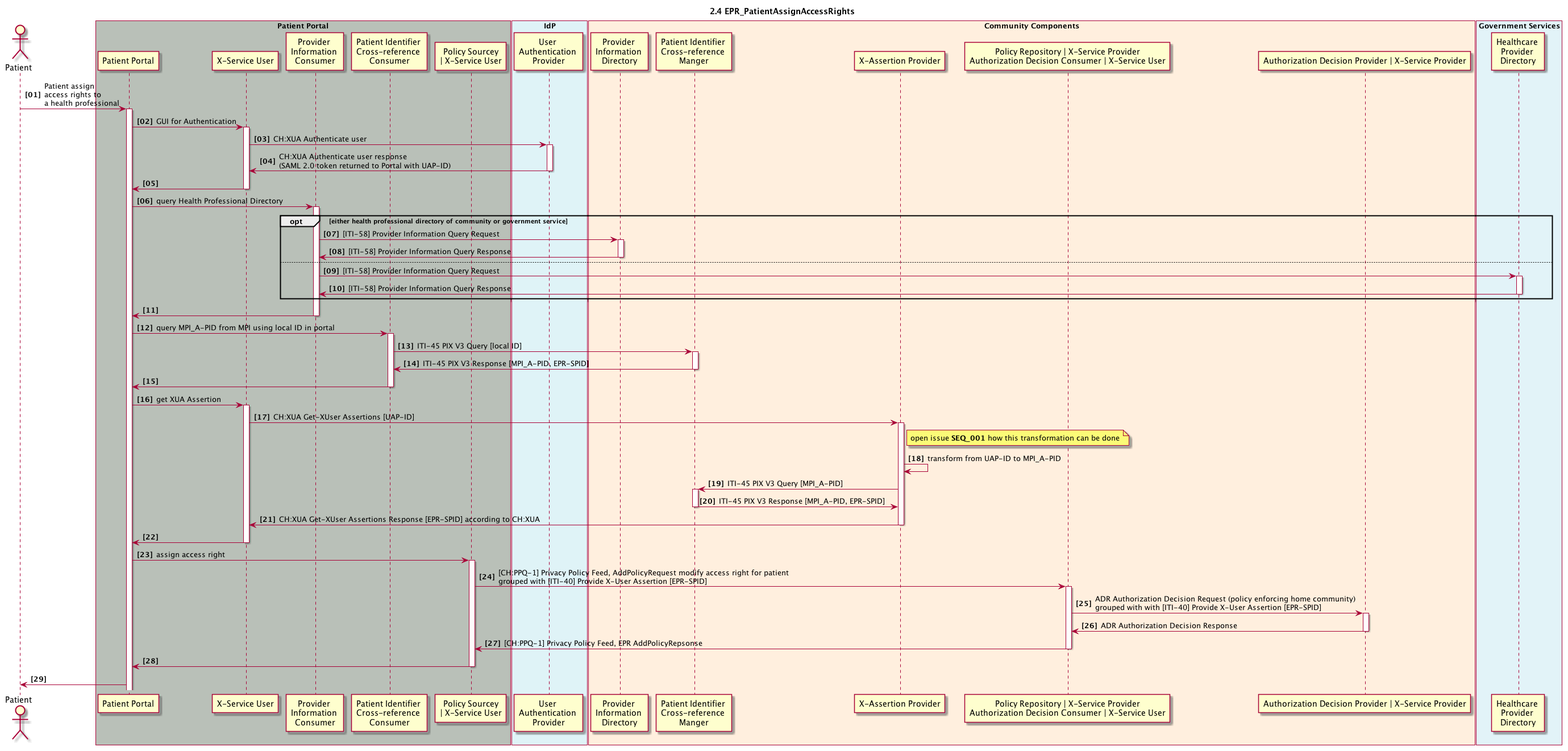
Above: 2_04_EPR_PatientAssignAccessRights.plantuml.png in ahdis/ch-epr-seqdiag (PlantUML), before the change.
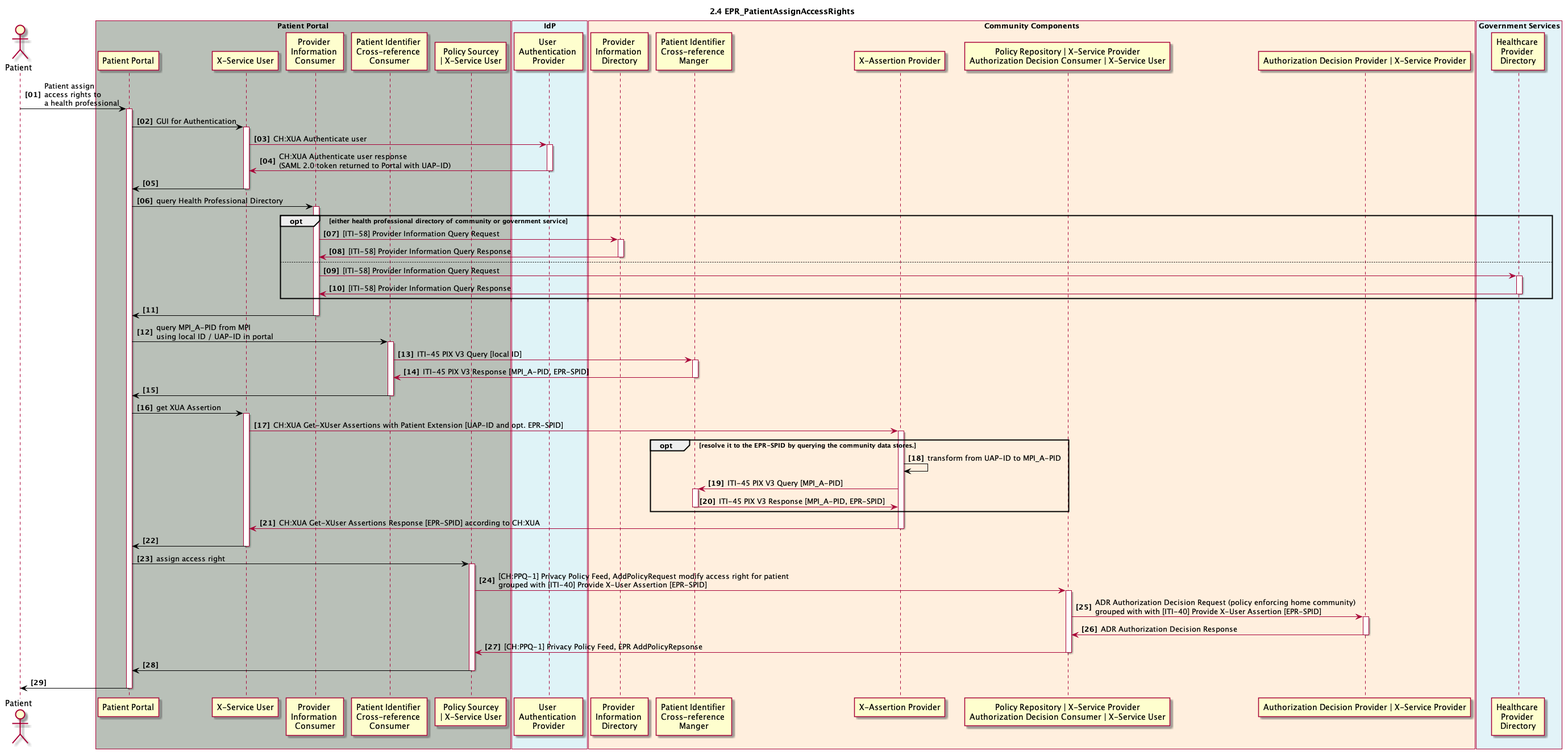
The same diagram one commit later.

Diff of the diagram source:
```diff
@@ -30,19 +30,19 @@
 end box
 
 
-patient -> pp_gui: Patient assign \naccess rights to \na health professional
+patient -[#black]> pp_gui: Patient assign \naccess rights to \na health professional
 activate pp_gui
 
-pp_gui -> pp_x_service_user : GUI for Authentication
+pp_gui -[#black]> pp_x_service_user : GUI for Authentication
 activate pp_x_service_user
 pp_x_service_user -> idp_user_authentication_provider : CH:XUA Authenticate user
 activate idp_user_authentication_provider
 pp_x_service_user <- idp_user_authentication_provider : CH:XUA Authenticate user response \n(SAML 2.0 token returned to Portal with UAP-ID)
 deactivate idp_user_authentication_provider
-pp_gui <- pp_x_service_user
+pp_gui <[#black]- pp_x_service_user
 deactivate pp_x_service_user
 
-pp_gui -> pp_hpd_provider_info_consumer:query Health Professional Directory
+pp_gui -[#black]> pp_hpd_provider_info_consumer:query Health Professional Directory
 activate pp_hpd_provider_info_consumer
 
 opt either health professional directory of community or government service
@@ -57,35 +57,36 @@
 deactivate gs_hpd
 end
 
-pp_gui <- pp_hpd_provider_info_consumer
+pp_gui <[#black]- pp_hpd_provider_info_consumer
 deactivate pp_hpd_provider_info_consumer
 
-pp_gui -> pp_pix_x_ref_consumer: query MPI_A-PID from MPI using local ID in portal
+pp_gui -[#black]> pp_pix_x_ref_consumer: query MPI_A-PID from MPI\nusing local ID / UAP-ID in portal
 activate pp_pix_x_ref_consumer
 pp_pix_x_ref_consumer -> cc_mpi_x_ref_manager: ITI-45 PIX V3 Query [local ID]
 activate cc_mpi_x_ref_manager
 pp_pix_x_ref_consumer <- cc_mpi_x_ref_manager: ITI-45 PIX V3 Response [MPI_A-PID, EPR-SPID]
 deactivate cc_mpi_x_ref_manager
-pp_gui <- pp_pix_x_ref_consumer
+pp_gui <[#black]- pp_pix_x_ref_consumer
 deactivate pp_pix_x_ref_consumer
 
-pp_gui -> pp_x_service_user : get XUA Assertion
+pp_gui -[#black]> pp_x_service_user : get XUA Assertion
 activate pp_x_service_user
-pp_x_service_user -> cc_x_assertion_provider: CH:XUA Get-XUser Assertions [UAP-ID]
+pp_x_service_user -> cc_x_assertion_provider: CH:XUA Get-XUser Assertions with Patient Extension [UAP-ID and opt. EPR-SPID]
 activate cc_x_assertion_provider
-note right cc_x_assertion_provider: open issue <b>SEQ_001</b> how this transformation can be done
-cc_x_assertion_provider -> cc_x_assertion_provider: transform from UAP-ID to MPI_A-PID
+opt resolve it to the EPR-SPID by querying the community data stores.
+cc_x_assertion_provider -[#black]> cc_x_assertion_provider: transform from UAP-ID to MPI_A-PID
 cc_x_assertion_provider -> cc_mpi_x_ref_manager: ITI-45 PIX V3 Query [MPI_A-PID]
 activate cc_mpi_x_ref_manager
 cc_x_assertion_provider <- cc_mpi_x_ref_manager: ITI-45 PIX V3 Response [MPI_A-PID, EPR-SPID]
 deactivate cc_mpi_x_ref_manager
+end
 pp_x_service_user <- cc_x_assertion_provider: CH:XUA Get-XUser Assertions Response [EPR-SPID] according to CH:XUA
 deactivate cc_x_assertion_provider
-pp_gui <- pp_x_service_user
+pp_gui <[#black]- pp_x_service_user
 deactivate pp_x_service_user
 
 
-pp_gui -> pp_ppq_policy_source: assign access right
+pp_gui -[#black]> pp_ppq_policy_source: assign access right
 activate pp_ppq_policy_source
 pp_ppq_policy_source -> cc_ppq_policy_repository: [CH:PPQ-1] Privacy Policy Feed, AddPolicyRequest modify access right for patient\ngrouped with [ITI-40] Provide X-User Assertion [EPR-SPID]
 activate cc_ppq_policy_repository
@@ -96,8 +97,9 @@
 
 pp_ppq_policy_source <- cc_ppq_policy_repository: [CH:PPQ-1] Privacy Policy Feed, EPR AddPolicyRepsonse
 deactivate cc_ppq_policy_repository
-pp_gui <- pp_ppq_policy_source
+pp_gui <[#black]- pp_ppq_policy_source
 deactivate pp_ppq_policy_source
-patient <- pp_gui
+patient <[#black]- pp_gui
+deactivate pp_gui
 
 @enduml
```
